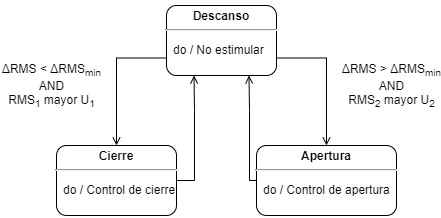
The draw.io diagram figures/FSM_Control.png in EnriqueMC557/Reporte_LIB, before a commit. Source tidied: cells renumbered, new cells last; positions are measured from the earlier drawing's top-left corner, leaving out a move shared by most shapes. Its diagram source:
```xml
<mxGraphModel>
  <root>
    <mxCell id="0" />
    <mxCell id="1" parent="0" />
    <mxCell id="2" style="edgeStyle=orthogonalEdgeStyle;rounded=0;jettySize=auto;html=1;exitX=1;exitY=0.75;exitDx=0;exitDy=0;exitPerimeter=0;endArrow=open;endFill=0;strokeWidth=1;" parent="1" edge="1" source="4" target="6">
      <mxGeometry relative="1" as="geometry" />
    </mxCell>
    <mxCell id="3" style="edgeStyle=orthogonalEdgeStyle;rounded=0;jettySize=auto;html=1;exitX=0;exitY=0.75;exitDx=0;exitDy=0;exitPerimeter=0;endArrow=open;endFill=0;" parent="1" edge="1" source="4" target="8">
      <mxGeometry relative="1" as="geometry" />
    </mxCell>
    <mxCell id="4" value="&lt;p style=&quot;margin: 0px ; margin-top: 4px ; text-align: center&quot;&gt;&lt;b&gt;Descanso&lt;/b&gt;&lt;/p&gt;&lt;hr&gt;&lt;p&gt;&lt;/p&gt;&lt;p style=&quot;margin: 0px ; margin-left: 8px ; text-align: left&quot;&gt;do / No estimular&lt;br&gt;&lt;/p&gt;" style="shape=mxgraph.sysml.simpleState;html=1;overflow=fill;whiteSpace=wrap;align=center;" parent="1" vertex="1">
      <mxGeometry x="170" width="110" height="70" as="geometry" />
    </mxCell>
    <mxCell id="5" style="edgeStyle=orthogonalEdgeStyle;rounded=0;jettySize=auto;html=1;exitX=0;exitY=0.5;exitDx=0;exitDy=0;exitPerimeter=0;entryX=0.75;entryY=1;entryDx=0;entryDy=0;entryPerimeter=0;endArrow=open;endFill=0;" parent="1" edge="1" source="6" target="4">
      <mxGeometry relative="1" as="geometry">
        <Array as="points">
          <mxPoint x="253" y="175" />
          <mxPoint x="253" y="105" />
        </Array>
      </mxGeometry>
    </mxCell>
    <mxCell id="6" value="&lt;p style=&quot;margin: 0px ; margin-top: 4px ; text-align: center&quot;&gt;&lt;b&gt;Apertura&lt;/b&gt;&lt;/p&gt;&lt;hr&gt;&lt;p&gt;&lt;/p&gt;&lt;p style=&quot;margin: 0px ; margin-left: 8px ; text-align: left&quot;&gt;do / Control de apertura&lt;br&gt;&lt;/p&gt;" style="shape=mxgraph.sysml.simpleState;html=1;overflow=fill;whiteSpace=wrap;align=center;" parent="1" vertex="1">
      <mxGeometry x="260" y="140" width="140" height="70" as="geometry" />
    </mxCell>
    <mxCell id="7" style="edgeStyle=orthogonalEdgeStyle;rounded=0;jettySize=auto;html=1;exitX=1;exitY=0.5;exitDx=0;exitDy=0;exitPerimeter=0;entryX=0.25;entryY=1;entryDx=0;entryDy=0;entryPerimeter=0;endArrow=open;endFill=0;" parent="1" edge="1" source="8" target="4">
      <mxGeometry relative="1" as="geometry">
        <Array as="points">
          <mxPoint x="198" y="175" />
          <mxPoint x="198" y="105" />
        </Array>
      </mxGeometry>
    </mxCell>
    <mxCell id="8" value="&lt;p style=&quot;margin: 0px ; margin-top: 4px ; text-align: center&quot;&gt;&lt;b&gt;Cierre&lt;/b&gt;&lt;/p&gt;&lt;hr&gt;&lt;p&gt;&lt;/p&gt;&lt;p style=&quot;margin: 0px ; margin-left: 8px ; text-align: left&quot;&gt;do / Control de cierre&lt;br&gt;&lt;/p&gt;" style="shape=mxgraph.sysml.simpleState;html=1;overflow=fill;whiteSpace=wrap;align=center;" parent="1" vertex="1">
      <mxGeometry x="60" y="140" width="120" height="70" as="geometry" />
    </mxCell>
    <mxCell id="9" value="ΔRMS &amp;gt; ΔRMS&lt;sub&gt;min&lt;br&gt;&lt;/sub&gt;AND&lt;br&gt;RMS&lt;sub&gt;2&lt;/sub&gt; mayor U&lt;sub&gt;2&lt;/sub&gt;" style="text;html=1;align=center;verticalAlign=middle;" parent="1" vertex="1">
      <mxGeometry x="340" y="50" width="110" height="60" as="geometry" />
    </mxCell>
    <mxCell id="10" value="ΔRMS &amp;lt; ΔRMS&lt;sub&gt;min&lt;br&gt;&lt;/sub&gt;AND&lt;br&gt;RMS&lt;sub&gt;1&lt;/sub&gt; mayor U&lt;sub&gt;1&lt;/sub&gt;" style="text;html=1;align=center;verticalAlign=middle;" parent="1" vertex="1">
      <mxGeometry y="50" width="110" height="60" as="geometry" />
    </mxCell>
  </root>
</mxGraphModel>
```
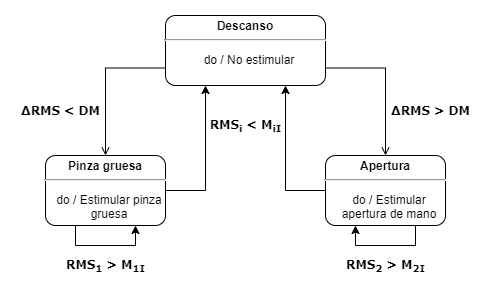
The same diagram one commit later.

Change to the diagram source:
```diff
@@ -8,36 +8,51 @@
     <mxCell id="3" style="edgeStyle=orthogonalEdgeStyle;rounded=0;jettySize=auto;html=1;exitX=0;exitY=0.75;exitDx=0;exitDy=0;exitPerimeter=0;endArrow=open;endFill=0;" parent="1" edge="1" source="4" target="8">
       <mxGeometry relative="1" as="geometry" />
     </mxCell>
-    <mxCell id="4" value="&lt;p style=&quot;margin: 0px ; margin-top: 4px ; text-align: center&quot;&gt;&lt;b&gt;Descanso&lt;/b&gt;&lt;/p&gt;&lt;hr&gt;&lt;p&gt;&lt;/p&gt;&lt;p style=&quot;margin: 0px ; margin-left: 8px ; text-align: left&quot;&gt;do / No estimular&lt;br&gt;&lt;/p&gt;" style="shape=mxgraph.sysml.simpleState;html=1;overflow=fill;whiteSpace=wrap;align=center;" parent="1" vertex="1">
-      <mxGeometry x="170" width="110" height="70" as="geometry" />
+    <mxCell id="4" value="&lt;p style=&quot;margin: 4px 0px 0px;&quot;&gt;&lt;b&gt;Descanso&lt;/b&gt;&lt;/p&gt;&lt;hr&gt;&lt;p&gt;&lt;/p&gt;&lt;p style=&quot;margin: 0px 0px 0px 8px;&quot;&gt;do / No estimular&lt;br&gt;&lt;/p&gt;" style="shape=mxgraph.sysml.simpleState;html=1;overflow=fill;whiteSpace=wrap;align=center;" parent="1" vertex="1">
+      <mxGeometry x="160" width="160" height="70" as="geometry" />
     </mxCell>
-    <mxCell id="5" style="edgeStyle=orthogonalEdgeStyle;rounded=0;jettySize=auto;html=1;exitX=0;exitY=0.5;exitDx=0;exitDy=0;exitPerimeter=0;entryX=0.75;entryY=1;entryDx=0;entryDy=0;entryPerimeter=0;endArrow=open;endFill=0;" parent="1" edge="1" source="6" target="4">
-      <mxGeometry relative="1" as="geometry">
-        <Array as="points">
-          <mxPoint x="253" y="175" />
-          <mxPoint x="253" y="105" />
-        </Array>
-      </mxGeometry>
+    <mxCell id="5" style="edgeStyle=orthogonalEdgeStyle;rounded=0;jettySize=auto;html=1;exitX=0;exitY=0.5;exitDx=0;exitDy=0;exitPerimeter=0;entryX=0.75;entryY=1;entryDx=0;entryDy=0;entryPerimeter=0;" parent="1" edge="1" source="6" target="4">
+      <mxGeometry relative="1" as="geometry" />
     </mxCell>
-    <mxCell id="6" value="&lt;p style=&quot;margin: 0px ; margin-top: 4px ; text-align: center&quot;&gt;&lt;b&gt;Apertura&lt;/b&gt;&lt;/p&gt;&lt;hr&gt;&lt;p&gt;&lt;/p&gt;&lt;p style=&quot;margin: 0px ; margin-left: 8px ; text-align: left&quot;&gt;do / Control de apertura&lt;br&gt;&lt;/p&gt;" style="shape=mxgraph.sysml.simpleState;html=1;overflow=fill;whiteSpace=wrap;align=center;" parent="1" vertex="1">
-      <mxGeometry x="260" y="140" width="140" height="70" as="geometry" />
+    <mxCell id="6" value="&lt;p style=&quot;margin: 4px 0px 0px;&quot;&gt;&lt;b&gt;Apertura&lt;/b&gt;&lt;/p&gt;&lt;hr&gt;&lt;p&gt;&lt;/p&gt;&lt;p style=&quot;margin: 0px 0px 0px 8px;&quot;&gt;do / Estimular apertura de mano&lt;br&gt;&lt;/p&gt;" style="shape=mxgraph.sysml.simpleState;html=1;overflow=fill;whiteSpace=wrap;align=center;verticalAlign=middle;labelPosition=center;verticalLabelPosition=middle;" parent="1" vertex="1">
+      <mxGeometry x="320" y="140" width="120" height="70" as="geometry" />
     </mxCell>
-    <mxCell id="7" style="edgeStyle=orthogonalEdgeStyle;rounded=0;jettySize=auto;html=1;exitX=1;exitY=0.5;exitDx=0;exitDy=0;exitPerimeter=0;entryX=0.25;entryY=1;entryDx=0;entryDy=0;entryPerimeter=0;endArrow=open;endFill=0;" parent="1" edge="1" source="8" target="4">
-      <mxGeometry relative="1" as="geometry">
-        <Array as="points">
-          <mxPoint x="198" y="175" />
-          <mxPoint x="198" y="105" />
-        </Array>
-      </mxGeometry>
+    <mxCell id="7" style="edgeStyle=orthogonalEdgeStyle;rounded=0;jettySize=auto;html=1;exitX=1;exitY=0.5;exitDx=0;exitDy=0;exitPerimeter=0;entryX=0.25;entryY=1;entryDx=0;entryDy=0;entryPerimeter=0;" parent="1" edge="1" source="8" target="4">
+      <mxGeometry relative="1" as="geometry" />
     </mxCell>
-    <mxCell id="8" value="&lt;p style=&quot;margin: 0px ; margin-top: 4px ; text-align: center&quot;&gt;&lt;b&gt;Cierre&lt;/b&gt;&lt;/p&gt;&lt;hr&gt;&lt;p&gt;&lt;/p&gt;&lt;p style=&quot;margin: 0px ; margin-left: 8px ; text-align: left&quot;&gt;do / Control de cierre&lt;br&gt;&lt;/p&gt;" style="shape=mxgraph.sysml.simpleState;html=1;overflow=fill;whiteSpace=wrap;align=center;" parent="1" vertex="1">
-      <mxGeometry x="60" y="140" width="120" height="70" as="geometry" />
+    <mxCell id="8" value="&lt;p style=&quot;margin: 4px 0px 0px;&quot;&gt;&lt;b&gt;Pinza gruesa&lt;/b&gt;&lt;/p&gt;&lt;hr&gt;&lt;p&gt;&lt;/p&gt;&lt;p style=&quot;margin: 0px 0px 0px 8px;&quot;&gt;do / Estimular pinza gruesa&lt;br&gt;&lt;/p&gt;" style="shape=mxgraph.sysml.simpleState;html=1;overflow=fill;whiteSpace=wrap;align=center;" parent="1" vertex="1">
+      <mxGeometry x="40" y="140" width="120" height="70" as="geometry" />
     </mxCell>
-    <mxCell id="9" value="ΔRMS &amp;gt; ΔRMS&lt;sub&gt;min&lt;br&gt;&lt;/sub&gt;AND&lt;br&gt;RMS&lt;sub&gt;2&lt;/sub&gt; mayor U&lt;sub&gt;2&lt;/sub&gt;" style="text;html=1;align=center;verticalAlign=middle;" parent="1" vertex="1">
-      <mxGeometry x="340" y="50" width="110" height="60" as="geometry" />
+    <mxCell id="9" value="&lt;b&gt;&lt;font face=&quot;Verdana&quot;&gt;ΔRMS &amp;gt; DM&lt;br&gt;&lt;/font&gt;&lt;/b&gt;" style="text;html=1;align=center;verticalAlign=middle;" parent="1" vertex="1">
+      <mxGeometry x="379.5" y="85" width="90" height="20" as="geometry" />
     </mxCell>
-    <mxCell id="10" value="ΔRMS &amp;lt; ΔRMS&lt;sub&gt;min&lt;br&gt;&lt;/sub&gt;AND&lt;br&gt;RMS&lt;sub&gt;1&lt;/sub&gt; mayor U&lt;sub&gt;1&lt;/sub&gt;" style="text;html=1;align=center;verticalAlign=middle;" parent="1" vertex="1">
-      <mxGeometry y="50" width="110" height="60" as="geometry" />
+    <mxCell id="10" value="&lt;b&gt;&lt;font face=&quot;Verdana&quot;&gt;ΔRMS &amp;lt; DM&lt;br&gt;&lt;/font&gt;&lt;/b&gt;" style="text;html=1;align=center;verticalAlign=middle;" parent="1" vertex="1">
+      <mxGeometry x="10" y="85" width="90" height="20" as="geometry" />
     </mxCell>
+    <mxCell id="11" value="&lt;b&gt;&lt;font face=&quot;Verdana&quot;&gt;RMS&lt;sub&gt;i&lt;/sub&gt;&amp;nbsp;&amp;lt; M&lt;sub&gt;iI&lt;/sub&gt;&lt;/font&gt;&lt;/b&gt;" style="text;html=1;align=center;verticalAlign=middle;" parent="1" vertex="1">
+      <mxGeometry x="195" y="100" width="90" height="20" as="geometry" />
+    </mxCell>
+    <mxCell id="12" style="edgeStyle=orthogonalEdgeStyle;rounded=0;orthogonalLoop=1;jettySize=auto;html=1;exitX=0.75;exitY=1;exitDx=0;exitDy=0;exitPerimeter=0;entryX=0.25;entryY=1;entryDx=0;entryDy=0;entryPerimeter=0;" parent="1" edge="1" source="6" target="6">
+      <mxGeometry relative="1" as="geometry">
+        <Array as="points">
+          <mxPoint x="410" y="230" />
+          <mxPoint x="350" y="230" />
+        </Array>
+      </mxGeometry>
+    </mxCell>
+    <mxCell id="13" value="&lt;b&gt;&lt;font face=&quot;Verdana&quot;&gt;RMS&lt;sub&gt;2&lt;/sub&gt; &amp;gt; M&lt;sub&gt;2I&lt;/sub&gt;&lt;/font&gt;&lt;/b&gt;" style="text;html=1;align=center;verticalAlign=middle;" parent="1" vertex="1">
+      <mxGeometry x="335" y="240" width="90" height="20" as="geometry" />
+    </mxCell>
+    <mxCell id="14" style="edgeStyle=orthogonalEdgeStyle;rounded=0;orthogonalLoop=1;jettySize=auto;html=1;exitX=0.25;exitY=1;exitDx=0;exitDy=0;exitPerimeter=0;entryX=0.75;entryY=1;entryDx=0;entryDy=0;entryPerimeter=0;" parent="1" edge="1" source="8" target="8">
+      <mxGeometry relative="1" as="geometry">
+        <Array as="points">
+          <mxPoint x="70" y="230" />
+          <mxPoint x="130" y="230" />
+        </Array>
+      </mxGeometry>
+    </mxCell>
+    <mxCell id="15" value="&lt;b&gt;&lt;font face=&quot;Verdana&quot;&gt;RMS&lt;sub&gt;1&lt;/sub&gt; &amp;gt; M&lt;sub&gt;1I&lt;/sub&gt;&lt;/font&gt;&lt;/b&gt;" style="text;html=1;align=center;verticalAlign=middle;" parent="1" vertex="1">
+      <mxGeometry x="55" y="240" width="90" height="20" as="geometry" />
+    </mxCell>
   </root>
 </mxGraphModel>
```
